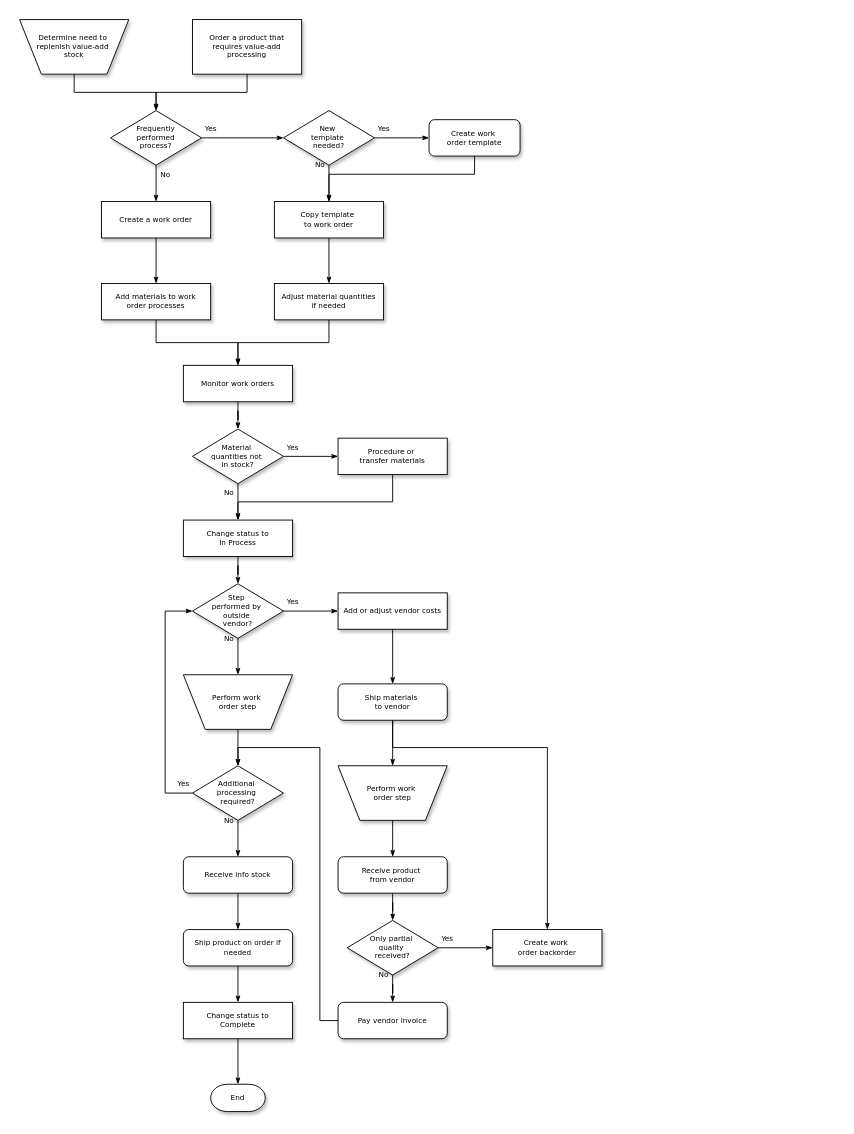
The draw.io diagram success-history.drawio in chaetal/why-test-first, before the edit. Source tidied: cells renumbered, new cells numbered last; positions are measured from the earlier drawing's top-left corner, leaving out a move shared by most shapes. Both pictures are drawn from the tidied source at 91%, with x=0, y=0 at pixel (19, 19).
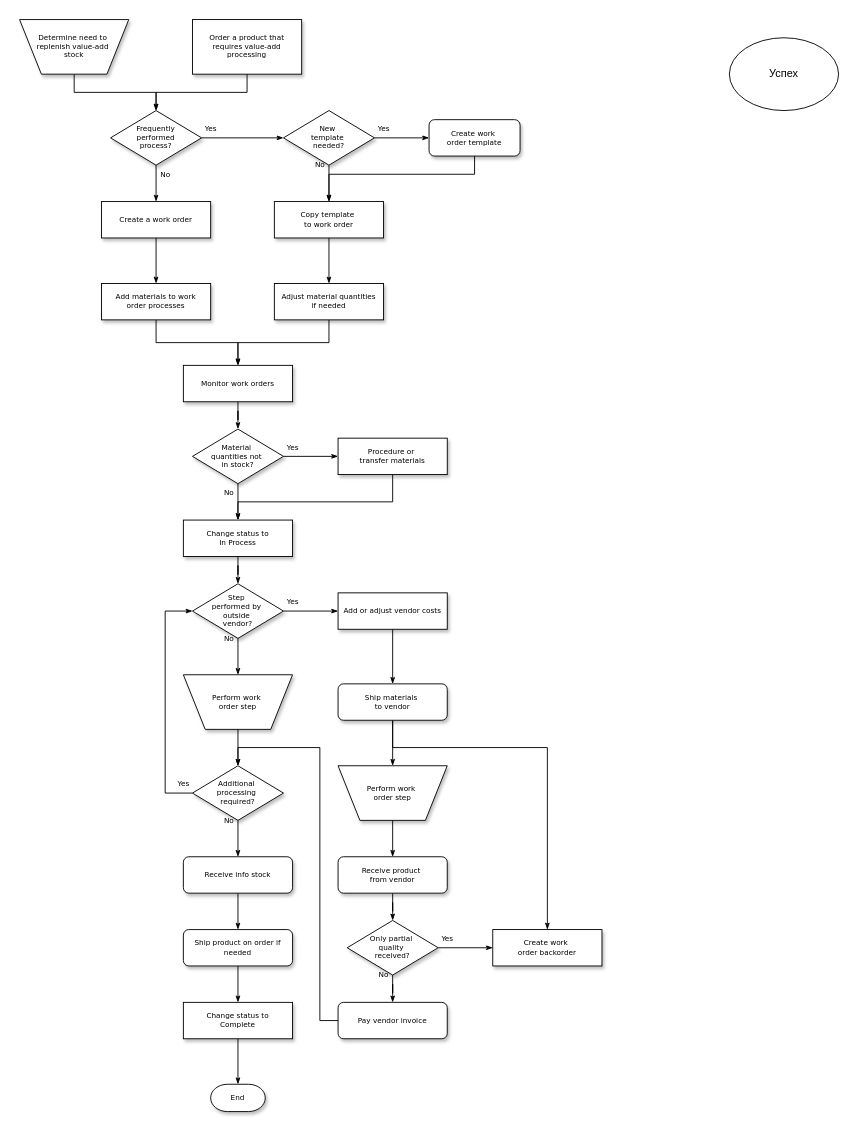
Above is the later version.

What changed in the source:
```diff
@@
+    <mxCell id="61" value="Успех" style="ellipse;whiteSpace=wrap;html=1;" parent="1" vertex="1">
+      <mxGeometry x="780" y="20" width="120" height="80" as="geometry" />
+    </mxCell>
```
